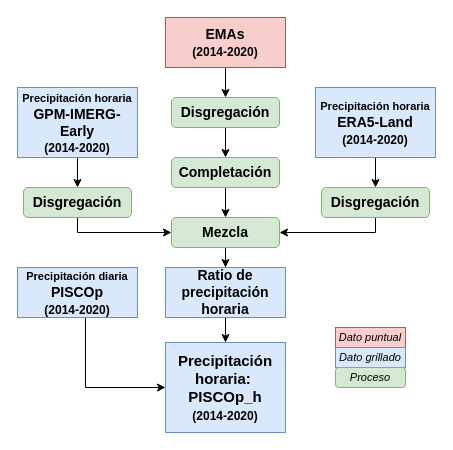
Earlier version of the draw.io diagram Untitled Diagram.drawio (adrHuerta/diagrams). Source tidied: cells renumbered, new cells numbered last; positions are measured from the earlier drawing's top-left corner, leaving out a move shared by most shapes. Both pictures are drawn from the tidied source at 100%, with x=0, y=0 at pixel (17, 17).
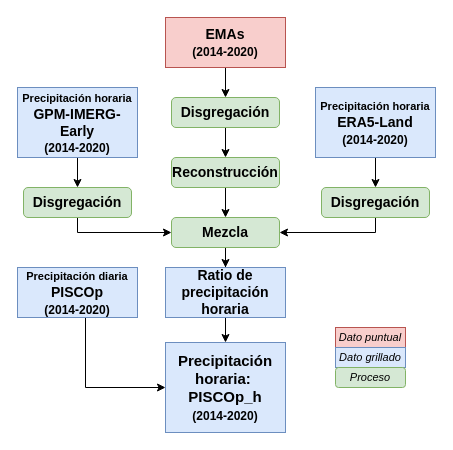
The same page after the edit.

Diff of the diagram source:
```diff
@@
-    <mxCell id="11" value="Completación" style="rounded=1;whiteSpace=wrap;html=1;fontStyle=1;fontSize=14;fillColor=#d5e8d4;strokeColor=#82b366;" parent="1" vertex="1">
+    <mxCell id="11" value="Reconstrucción" style="rounded=1;whiteSpace=wrap;html=1;fontStyle=1;fontSize=14;fillColor=#d5e8d4;strokeColor=#82b366;" parent="1" vertex="1">
       <mxGeometry x="154" y="140" width="108" height="30" as="geometry" />
     </mxCell>
```
